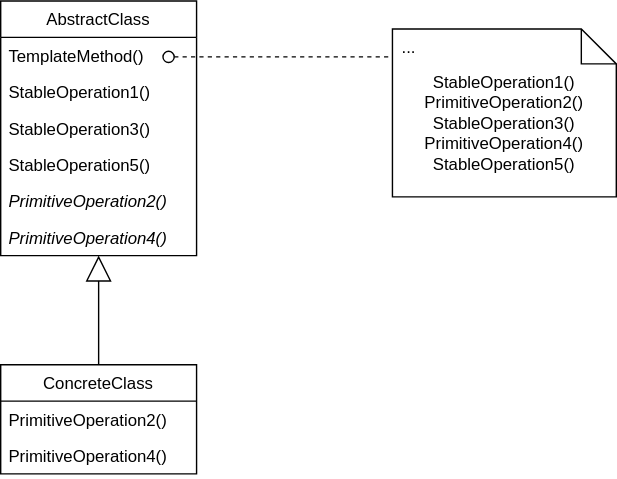
Above: 2104_cpp/D03.drawio.svg in ecybiss/ecybiss.github.io (draw.io), before the change. Source tidied: cells renumbered, new cells last; positions are measured from the earlier drawing's top-left corner, leaving out a move shared by most shapes. Source of this version:
```xml
<mxGraphModel>
  <root>
    <mxCell id="0" />
    <mxCell id="1" parent="0" />
    <mxCell id="2" value="AbstractClass" style="swimlane;fontStyle=0;horizontal=1;startSize=26;fillColor=none;" parent="1" vertex="1">
      <mxGeometry width="140" height="182" as="geometry" />
    </mxCell>
    <mxCell id="3" value="TemplateMethod()" style="text;strokeColor=none;fillColor=none;align=left;verticalAlign=top;spacingLeft=4;spacingRight=4;overflow=hidden;" parent="2" vertex="1">
      <mxGeometry y="26" width="140" height="26" as="geometry" />
    </mxCell>
    <mxCell id="4" value="StableOperation1()" style="text;strokeColor=none;fillColor=none;align=left;verticalAlign=top;spacingLeft=4;spacingRight=4;overflow=hidden;" parent="2" vertex="1">
      <mxGeometry y="52" width="140" height="26" as="geometry" />
    </mxCell>
    <mxCell id="5" value="StableOperation3()" style="text;strokeColor=none;fillColor=none;align=left;verticalAlign=top;spacingLeft=4;spacingRight=4;overflow=hidden;" parent="2" vertex="1">
      <mxGeometry y="78" width="140" height="26" as="geometry" />
    </mxCell>
    <mxCell id="6" value="StableOperation5()" style="text;strokeColor=none;fillColor=none;align=left;verticalAlign=top;spacingLeft=4;spacingRight=4;overflow=hidden;" parent="2" vertex="1">
      <mxGeometry y="104" width="140" height="26" as="geometry" />
    </mxCell>
    <mxCell id="7" value="PrimitiveOperation2()" style="text;strokeColor=none;fillColor=none;align=left;verticalAlign=top;spacingLeft=4;spacingRight=4;overflow=hidden;fontStyle=2;" parent="2" vertex="1">
      <mxGeometry y="130" width="140" height="26" as="geometry" />
    </mxCell>
    <mxCell id="8" value="PrimitiveOperation4()" style="text;strokeColor=none;fillColor=none;align=left;verticalAlign=top;spacingLeft=4;spacingRight=4;overflow=hidden;points=[[0,0.5],[1,0.5]];portConstraint=eastwest;fontStyle=2;" parent="2" vertex="1">
      <mxGeometry y="156" width="140" height="26" as="geometry" />
    </mxCell>
    <mxCell id="9" value="ConcreteClass" style="swimlane;fontStyle=0;horizontal=1;startSize=26;fillColor=none;" parent="1" vertex="1">
      <mxGeometry y="260" width="140" height="78" as="geometry" />
    </mxCell>
    <mxCell id="10" value="PrimitiveOperation2()" style="text;strokeColor=none;fillColor=none;align=left;verticalAlign=top;spacingLeft=4;spacingRight=4;overflow=hidden;" parent="9" vertex="1">
      <mxGeometry y="26" width="140" height="26" as="geometry" />
    </mxCell>
    <mxCell id="11" value="PrimitiveOperation4()" style="text;strokeColor=none;fillColor=none;align=left;verticalAlign=top;spacingLeft=4;spacingRight=4;overflow=hidden;" parent="9" vertex="1">
      <mxGeometry y="52" width="140" height="26" as="geometry" />
    </mxCell>
    <mxCell id="12" style="endArrow=block;endSize=16;endFill=0;html=1;exitX=0.5;exitY=0;exitDx=0;exitDy=0;" parent="1" edge="1" source="9" target="8">
      <mxGeometry relative="1" as="geometry" />
    </mxCell>
    <mxCell id="13" style="html=1;verticalAlign=bottom;labelBackgroundColor=none;startArrow=oval;startFill=0;startSize=8;endArrow=none;dashed=1;" parent="1" edge="1">
      <mxGeometry x="-1" y="3" relative="1" as="geometry">
        <mxPoint x="120" y="40" as="sourcePoint" />
        <mxPoint x="280" y="40" as="targetPoint" />
      </mxGeometry>
    </mxCell>
    <mxCell id="14" value="&lt;span style=&quot;text-align: left&quot;&gt;StableOperation1()&lt;br&gt;&lt;/span&gt;&lt;span style=&quot;text-align: left&quot;&gt;PrimitiveOperation2()&lt;br&gt;&lt;/span&gt;&lt;span style=&quot;text-align: left&quot;&gt;StableOperation3()&lt;br&gt;&lt;/span&gt;&lt;span style=&quot;text-align: left&quot;&gt;PrimitiveOperation4()&lt;br&gt;&lt;/span&gt;&lt;span style=&quot;text-align: left&quot;&gt;StableOperation5()&lt;/span&gt;&lt;span style=&quot;text-align: left&quot;&gt;&lt;br&gt;&lt;/span&gt;" style="shape=note2;boundedLbl=1;whiteSpace=wrap;html=1;size=25;verticalAlign=top;align=center;" parent="1" vertex="1">
      <mxGeometry x="280" y="20" width="160" height="120" as="geometry" />
    </mxCell>
    <mxCell id="15" value="..." style="strokeColor=none;fillColor=none;align=left;spacingLeft=5;" parent="14" vertex="1">
      <mxGeometry width="160" height="25" relative="1" as="geometry" />
    </mxCell>
  </root>
</mxGraphModel>
```
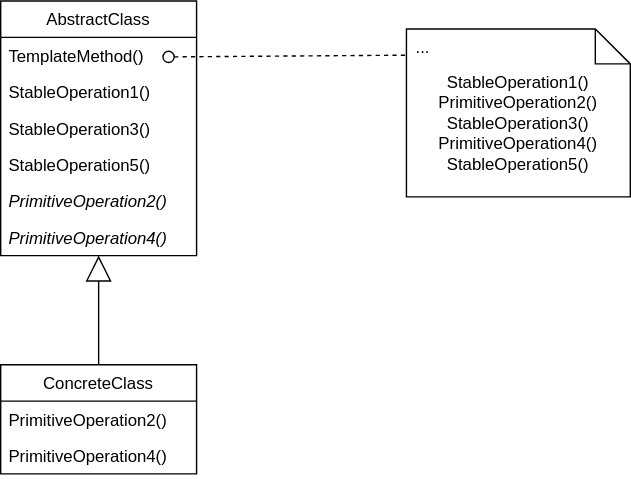
Later version of the same file.

What changed in the source:
```diff
@@ -35,14 +35,13 @@
     <mxCell id="12" style="endArrow=block;endSize=16;endFill=0;html=1;exitX=0.5;exitY=0;exitDx=0;exitDy=0;" parent="1" edge="1" source="9" target="8">
       <mxGeometry relative="1" as="geometry" />
     </mxCell>
-    <mxCell id="13" style="html=1;verticalAlign=bottom;labelBackgroundColor=none;startArrow=oval;startFill=0;startSize=8;endArrow=none;dashed=1;" parent="1" edge="1">
+    <mxCell id="13" style="html=1;verticalAlign=bottom;labelBackgroundColor=none;startArrow=oval;startFill=0;startSize=8;endArrow=none;dashed=1;entryX=0;entryY=0.75;entryDx=0;entryDy=0;" parent="1" edge="1" target="15">
       <mxGeometry x="-1" y="3" relative="1" as="geometry">
         <mxPoint x="120" y="40" as="sourcePoint" />
-        <mxPoint x="280" y="40" as="targetPoint" />
       </mxGeometry>
     </mxCell>
     <mxCell id="14" value="&lt;span style=&quot;text-align: left&quot;&gt;StableOperation1()&lt;br&gt;&lt;/span&gt;&lt;span style=&quot;text-align: left&quot;&gt;PrimitiveOperation2()&lt;br&gt;&lt;/span&gt;&lt;span style=&quot;text-align: left&quot;&gt;StableOperation3()&lt;br&gt;&lt;/span&gt;&lt;span style=&quot;text-align: left&quot;&gt;PrimitiveOperation4()&lt;br&gt;&lt;/span&gt;&lt;span style=&quot;text-align: left&quot;&gt;StableOperation5()&lt;/span&gt;&lt;span style=&quot;text-align: left&quot;&gt;&lt;br&gt;&lt;/span&gt;" style="shape=note2;boundedLbl=1;whiteSpace=wrap;html=1;size=25;verticalAlign=top;align=center;" parent="1" vertex="1">
-      <mxGeometry x="280" y="20" width="160" height="120" as="geometry" />
+      <mxGeometry x="290" y="20" width="160" height="120" as="geometry" />
     </mxCell>
     <mxCell id="15" value="..." style="strokeColor=none;fillColor=none;align=left;spacingLeft=5;" parent="14" vertex="1">
       <mxGeometry width="160" height="25" relative="1" as="geometry" />
```
